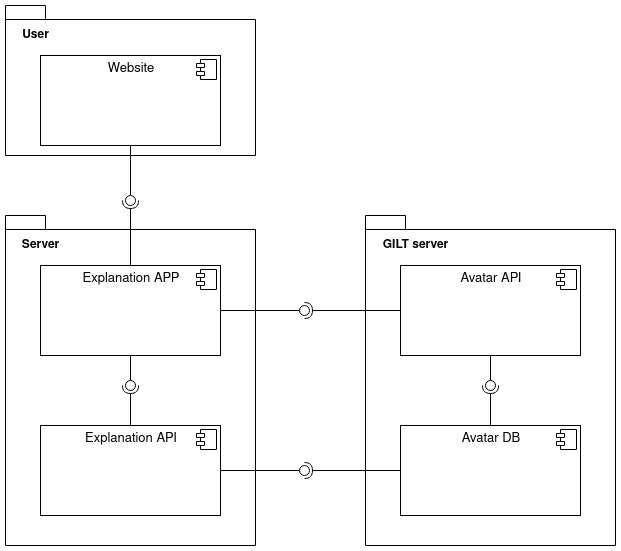
The draw.io diagram article/component_diagram.png in whzd/thesis, before a commit. Source tidied: cells renumbered, new cells last; positions are measured from the earlier drawing's top-left corner, leaving out a move shared by most shapes.
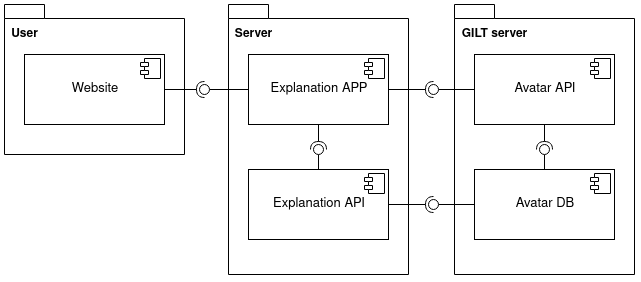
After the commit.

Diff of the diagram source:
```diff
@@ -2,113 +2,108 @@
   <root>
     <mxCell id="0" />
     <mxCell id="1" parent="0" />
-    <mxCell id="2" style="shape=folder;fontStyle=1;spacingTop=10;tabWidth=40;tabHeight=14;tabPosition=left;html=1;" parent="1" vertex="1">
-      <mxGeometry x="360" y="210" width="250" height="330" as="geometry" />
-    </mxCell>
-    <mxCell id="3" value="&lt;p style=&quot;margin: 0px ; margin-top: 6px ; text-align: center&quot;&gt;&lt;font style=&quot;font-size: 13px&quot;&gt;Avatar API&lt;/font&gt;&lt;/p&gt;" style="align=left;overflow=fill;html=1;" parent="1" vertex="1">
-      <mxGeometry x="395" y="260" width="180" height="90" as="geometry" />
-    </mxCell>
-    <mxCell id="4" style="shape=component;jettyWidth=8;jettyHeight=4;" parent="3" vertex="1">
-      <mxGeometry x="1" width="20" height="20" relative="1" as="geometry">
-        <mxPoint x="-24" y="4" as="offset" />
-      </mxGeometry>
-    </mxCell>
-    <mxCell id="5" value="&lt;p style=&quot;margin: 0px ; margin-top: 6px ; text-align: center&quot;&gt;&lt;font style=&quot;font-size: 13px&quot;&gt;Avatar DB&lt;/font&gt;&lt;/p&gt;" style="align=left;overflow=fill;html=1;" parent="1" vertex="1">
-      <mxGeometry x="395" y="420" width="180" height="90" as="geometry" />
-    </mxCell>
-    <mxCell id="6" style="shape=component;jettyWidth=8;jettyHeight=4;" parent="5" vertex="1">
-      <mxGeometry x="1" width="20" height="20" relative="1" as="geometry">
-        <mxPoint x="-24" y="4" as="offset" />
-      </mxGeometry>
-    </mxCell>
-    <mxCell id="7" style="shape=folder;fontStyle=1;spacingTop=10;tabWidth=40;tabHeight=14;tabPosition=left;html=1;" parent="1" vertex="1">
-      <mxGeometry width="250" height="150" as="geometry" />
-    </mxCell>
+    <mxCell id="33" style="shape=folder;fontStyle=1;spacingTop=10;tabWidth=40;tabHeight=14;tabPosition=left;html=1;" parent="1" vertex="1">
+      <mxGeometry x="-10" y="190" width="180" height="150" as="geometry" />
+    </mxCell>
+    <mxCell id="34" style="shape=folder;fontStyle=1;spacingTop=10;tabWidth=40;tabHeight=14;tabPosition=left;html=1;" parent="1" vertex="1">
+      <mxGeometry x="440" y="190" width="180" height="270" as="geometry" />
+    </mxCell>
     <mxCell id="8" style="shape=folder;fontStyle=1;spacingTop=10;tabWidth=40;tabHeight=14;tabPosition=left;html=1;" parent="1" vertex="1">
-      <mxGeometry y="210" width="250" height="330" as="geometry" />
+      <mxGeometry x="214" y="190" width="180" height="270" as="geometry" />
     </mxCell>
-    <mxCell id="9" value="&lt;p style=&quot;margin: 0px ; margin-top: 6px ; text-align: center&quot;&gt;&lt;font style=&quot;font-size: 13px&quot;&gt;Explanation APP&lt;/font&gt;&lt;/p&gt;" style="align=left;overflow=fill;html=1;" parent="1" vertex="1">
-      <mxGeometry x="35" y="260" width="180" height="90" as="geometry" />
+    <mxCell id="9" value="&lt;p style=&quot;margin: 0px ; margin-top: 6px ; text-align: center&quot;&gt;&lt;font style=&quot;font-size: 13px&quot;&gt;&lt;br&gt;&lt;/font&gt;&lt;/p&gt;&lt;p style=&quot;margin: 0px ; margin-top: 6px ; text-align: center&quot;&gt;&lt;font style=&quot;font-size: 13px&quot;&gt;Explanation APP&lt;/font&gt;&lt;/p&gt;" style="align=left;overflow=fill;html=1;" parent="1" vertex="1">
+      <mxGeometry x="234" y="240" width="140" height="70" as="geometry" />
     </mxCell>
     <mxCell id="10" style="shape=component;jettyWidth=8;jettyHeight=4;" parent="9" vertex="1">
       <mxGeometry x="1" width="20" height="20" relative="1" as="geometry">
         <mxPoint x="-24" y="4" as="offset" />
       </mxGeometry>
     </mxCell>
-    <mxCell id="11" style="rounded=0;jettySize=auto;html=1;endArrow=none;endFill=0;exitX=0.5;exitY=1;exitDx=0;exitDy=0;" parent="1" edge="1" source="14" target="13">
-      <mxGeometry relative="1" as="geometry" />
-    </mxCell>
-    <mxCell id="12" style="rounded=0;jettySize=auto;html=1;endArrow=halfCircle;endFill=0;entryX=0.5;entryY=0.5;entryDx=0;entryDy=0;endSize=6;strokeWidth=1;exitX=0.5;exitY=0;exitDx=0;exitDy=0;" parent="1" edge="1" source="9" target="13">
-      <mxGeometry relative="1" as="geometry" />
-    </mxCell>
-    <mxCell id="13" style="ellipse;whiteSpace=wrap;html=1;fontFamily=Helvetica;fontSize=12;fontColor=#000000;align=center;strokeColor=#000000;fillColor=#ffffff;points=[];" parent="1" vertex="1">
-      <mxGeometry x="120" y="190" width="10" height="10" as="geometry" />
-    </mxCell>
-    <mxCell id="14" value="&lt;p style=&quot;margin: 0px ; margin-top: 6px ; text-align: center&quot;&gt;&lt;font style=&quot;font-size: 13px&quot;&gt;Website&lt;/font&gt;&lt;/p&gt;" style="align=left;overflow=fill;html=1;" parent="1" vertex="1">
-      <mxGeometry x="35" y="50" width="180" height="90" as="geometry" />
-    </mxCell>
-    <mxCell id="15" style="shape=component;jettyWidth=8;jettyHeight=4;" parent="14" vertex="1">
-      <mxGeometry x="1" width="20" height="20" relative="1" as="geometry">
-        <mxPoint x="-24" y="4" as="offset" />
-      </mxGeometry>
-    </mxCell>
     <mxCell id="16" value="&lt;b&gt;User&lt;/b&gt;" style="text;html=1;align=center;verticalAlign=middle;" parent="1" vertex="1">
-      <mxGeometry x="10" y="20" width="40" height="20" as="geometry" />
+      <mxGeometry x="-10" y="210" width="40" height="20" as="geometry" />
     </mxCell>
     <mxCell id="17" value="&lt;b&gt;GILT server&lt;/b&gt;" style="text;html=1;align=center;verticalAlign=middle;" parent="1" vertex="1">
-      <mxGeometry x="370" y="230" width="80" height="20" as="geometry" />
+      <mxGeometry x="440" y="210" width="80" height="20" as="geometry" />
     </mxCell>
     <mxCell id="18" value="&lt;b&gt;Server&lt;/b&gt;" style="text;html=1;align=center;verticalAlign=middle;" parent="1" vertex="1">
-      <mxGeometry x="10" y="230" width="50" height="20" as="geometry" />
+      <mxGeometry x="214" y="210" width="50" height="20" as="geometry" />
     </mxCell>
-    <mxCell id="19" value="&lt;p style=&quot;margin: 0px ; margin-top: 6px ; text-align: center&quot;&gt;&lt;font style=&quot;font-size: 13px&quot;&gt;Explanation API&lt;/font&gt;&lt;/p&gt;" style="align=left;overflow=fill;html=1;" parent="1" vertex="1">
-      <mxGeometry x="35" y="420" width="180" height="90" as="geometry" />
+    <mxCell id="19" value="&lt;p style=&quot;margin: 0px ; margin-top: 6px ; text-align: center&quot;&gt;&lt;font style=&quot;font-size: 13px&quot;&gt;&lt;br&gt;&lt;/font&gt;&lt;/p&gt;&lt;p style=&quot;margin: 0px ; margin-top: 6px ; text-align: center&quot;&gt;&lt;font style=&quot;font-size: 13px&quot;&gt;Explanation API&lt;/font&gt;&lt;/p&gt;" style="align=left;overflow=fill;html=1;" parent="1" vertex="1">
+      <mxGeometry x="234" y="355" width="140" height="70" as="geometry" />
     </mxCell>
-    <mxCell id="20" style="shape=component;jettyWidth=8;jettyHeight=4;" parent="19" vertex="1">
-      <mxGeometry x="1" width="20" height="20" relative="1" as="geometry">
-        <mxPoint x="-24" y="4" as="offset" />
-      </mxGeometry>
-    </mxCell>
-    <mxCell id="21" style="rounded=0;jettySize=auto;html=1;endArrow=none;endFill=0;exitX=0.5;exitY=1;exitDx=0;exitDy=0;" parent="1" edge="1" source="9" target="23">
-      <mxGeometry relative="1" as="geometry" />
-    </mxCell>
-    <mxCell id="22" style="rounded=0;jettySize=auto;html=1;endArrow=halfCircle;endFill=0;entryX=0.5;entryY=0.5;entryDx=0;entryDy=0;endSize=6;strokeWidth=1;exitX=0.5;exitY=0;exitDx=0;exitDy=0;" parent="1" edge="1" source="19" target="23">
-      <mxGeometry relative="1" as="geometry" />
-    </mxCell>
-    <mxCell id="23" style="ellipse;whiteSpace=wrap;html=1;fontFamily=Helvetica;fontSize=12;fontColor=#000000;align=center;strokeColor=#000000;fillColor=#ffffff;points=[];" parent="1" vertex="1">
-      <mxGeometry x="120" y="375" width="10" height="10" as="geometry" />
-    </mxCell>
-    <mxCell id="24" style="rounded=0;jettySize=auto;html=1;endArrow=none;endFill=0;exitX=1;exitY=0.5;exitDx=0;exitDy=0;" parent="1" edge="1" source="9" target="26">
-      <mxGeometry relative="1" as="geometry" />
-    </mxCell>
-    <mxCell id="25" style="rounded=0;jettySize=auto;html=1;endArrow=halfCircle;endFill=0;entryX=0.5;entryY=0.5;entryDx=0;entryDy=0;endSize=6;strokeWidth=1;exitX=0;exitY=0.5;exitDx=0;exitDy=0;" parent="1" edge="1" source="3" target="26">
-      <mxGeometry relative="1" as="geometry" />
-    </mxCell>
-    <mxCell id="26" style="ellipse;whiteSpace=wrap;html=1;fontFamily=Helvetica;fontSize=12;fontColor=#000000;align=center;strokeColor=#000000;fillColor=#ffffff;points=[];" parent="1" vertex="1">
-      <mxGeometry x="294" y="300" width="10" height="10" as="geometry" />
-    </mxCell>
-    <mxCell id="27" style="rounded=0;jettySize=auto;html=1;endArrow=none;endFill=0;exitX=0.5;exitY=1;exitDx=0;exitDy=0;" parent="1" edge="1" source="3" target="29">
-      <mxGeometry relative="1" as="geometry" />
-    </mxCell>
-    <mxCell id="28" style="rounded=0;jettySize=auto;html=1;endArrow=halfCircle;endFill=0;entryX=0.5;entryY=0.5;entryDx=0;entryDy=0;endSize=6;strokeWidth=1;exitX=0.5;exitY=0;exitDx=0;exitDy=0;" parent="1" edge="1" source="5" target="29">
-      <mxGeometry relative="1" as="geometry" />
-    </mxCell>
-    <mxCell id="29" style="ellipse;whiteSpace=wrap;html=1;fontFamily=Helvetica;fontSize=12;fontColor=#000000;align=center;strokeColor=#000000;fillColor=#ffffff;points=[];" parent="1" vertex="1">
-      <mxGeometry x="480" y="375" width="10" height="10" as="geometry" />
-    </mxCell>
-    <mxCell id="30" style="rounded=0;jettySize=auto;html=1;endArrow=none;endFill=0;exitX=1;exitY=0.5;exitDx=0;exitDy=0;" parent="1" edge="1" target="32">
-      <mxGeometry relative="1" as="geometry">
-        <mxPoint x="215" y="465" as="sourcePoint" />
-      </mxGeometry>
-    </mxCell>
-    <mxCell id="31" style="rounded=0;orthogonalLoop=1;jettySize=auto;html=1;endArrow=halfCircle;endFill=0;endSize=6;strokeWidth=1;exitX=0;exitY=0.5;exitDx=0;exitDy=0;" parent="1" edge="1">
-      <mxGeometry relative="1" as="geometry">
-        <mxPoint x="395" y="465" as="sourcePoint" />
-        <mxPoint x="299" y="465" as="targetPoint" />
-      </mxGeometry>
-    </mxCell>
-    <mxCell id="32" style="ellipse;whiteSpace=wrap;html=1;fontFamily=Helvetica;fontSize=12;fontColor=#000000;align=center;strokeColor=#000000;fillColor=#ffffff;points=[];" parent="1" vertex="1">
-      <mxGeometry x="294" y="460" width="10" height="10" as="geometry" />
-    </mxCell>
+    <mxCell id="35" style="shape=component;jettyWidth=8;jettyHeight=4;" parent="19" vertex="1">
+      <mxGeometry x="1" width="20" height="20" relative="1" as="geometry">
+        <mxPoint x="-24" y="4" as="offset" />
+      </mxGeometry>
+    </mxCell>
+    <mxCell id="3" value="&lt;p style=&quot;margin: 0px ; margin-top: 6px ; text-align: center&quot;&gt;&lt;font style=&quot;font-size: 13px&quot;&gt;&lt;br&gt;&lt;/font&gt;&lt;/p&gt;&lt;p style=&quot;margin: 0px ; margin-top: 6px ; text-align: center&quot;&gt;&lt;font style=&quot;font-size: 13px&quot;&gt;Avatar API&lt;br&gt;&lt;/font&gt;&lt;/p&gt;" style="align=left;overflow=fill;html=1;" parent="1" vertex="1">
+      <mxGeometry x="460" y="240" width="140" height="70" as="geometry" />
+    </mxCell>
+    <mxCell id="36" style="shape=component;jettyWidth=8;jettyHeight=4;" parent="3" vertex="1">
+      <mxGeometry x="1" width="20" height="20" relative="1" as="geometry">
+        <mxPoint x="-24" y="4" as="offset" />
+      </mxGeometry>
+    </mxCell>
+    <mxCell id="5" value="&lt;p style=&quot;margin: 0px ; margin-top: 6px ; text-align: center&quot;&gt;&lt;font style=&quot;font-size: 13px&quot;&gt;&lt;br&gt;&lt;/font&gt;&lt;/p&gt;&lt;p style=&quot;margin: 0px ; margin-top: 6px ; text-align: center&quot;&gt;&lt;font style=&quot;font-size: 13px&quot;&gt;Avatar DB&lt;/font&gt;&lt;/p&gt;" style="align=left;overflow=fill;html=1;" parent="1" vertex="1">
+      <mxGeometry x="460" y="355" width="140" height="70" as="geometry" />
+    </mxCell>
+    <mxCell id="37" style="shape=component;jettyWidth=8;jettyHeight=4;" parent="5" vertex="1">
+      <mxGeometry x="1" width="20" height="20" relative="1" as="geometry">
+        <mxPoint x="-24" y="4" as="offset" />
+      </mxGeometry>
+    </mxCell>
+    <mxCell id="14" value="&lt;p style=&quot;margin: 0px ; margin-top: 6px ; text-align: center&quot;&gt;&lt;font style=&quot;font-size: 13px&quot;&gt;&lt;br&gt;&lt;/font&gt;&lt;/p&gt;&lt;p style=&quot;margin: 0px ; margin-top: 6px ; text-align: center&quot;&gt;&lt;font style=&quot;font-size: 13px&quot;&gt;Website&lt;br&gt;&lt;/font&gt;&lt;/p&gt;" style="align=left;overflow=fill;html=1;" parent="1" vertex="1">
+      <mxGeometry x="10" y="240" width="140" height="70" as="geometry" />
+    </mxCell>
+    <mxCell id="38" style="shape=component;jettyWidth=8;jettyHeight=4;" parent="14" vertex="1">
+      <mxGeometry x="1" width="20" height="20" relative="1" as="geometry">
+        <mxPoint x="-24" y="4" as="offset" />
+      </mxGeometry>
+    </mxCell>
+    <mxCell id="39" style="rounded=0;jettySize=auto;html=1;endArrow=none;endFill=0;fontSize=14;exitX=0;exitY=0.5;exitDx=0;exitDy=0;" parent="1" edge="1" source="3" target="41">
+      <mxGeometry relative="1" as="geometry" />
+    </mxCell>
+    <mxCell id="40" style="rounded=0;jettySize=auto;html=1;endArrow=halfCircle;endFill=0;entryX=0.5;entryY=0.5;entryDx=0;entryDy=0;endSize=6;strokeWidth=1;fontSize=14;exitX=1;exitY=0.5;exitDx=0;exitDy=0;" parent="1" edge="1" source="9" target="41">
+      <mxGeometry relative="1" as="geometry" />
+    </mxCell>
+    <mxCell id="41" style="ellipse;whiteSpace=wrap;html=1;fontFamily=Helvetica;fontSize=12;fontColor=#000000;align=center;strokeColor=#000000;fillColor=#ffffff;points=[];" parent="1" vertex="1">
+      <mxGeometry x="414" y="270" width="10" height="10" as="geometry" />
+    </mxCell>
+    <mxCell id="42" style="rounded=0;jettySize=auto;html=1;endArrow=none;endFill=0;fontSize=14;exitX=0;exitY=0.5;exitDx=0;exitDy=0;" parent="1" edge="1" source="5" target="44">
+      <mxGeometry relative="1" as="geometry" />
+    </mxCell>
+    <mxCell id="43" style="rounded=0;jettySize=auto;html=1;endArrow=halfCircle;endFill=0;entryX=0.5;entryY=0.5;entryDx=0;entryDy=0;endSize=6;strokeWidth=1;fontSize=14;exitX=1;exitY=0.5;exitDx=0;exitDy=0;" parent="1" edge="1" source="19" target="44">
+      <mxGeometry relative="1" as="geometry" />
+    </mxCell>
+    <mxCell id="44" style="ellipse;whiteSpace=wrap;html=1;fontFamily=Helvetica;fontSize=12;fontColor=#000000;align=center;strokeColor=#000000;fillColor=#ffffff;points=[];" parent="1" vertex="1">
+      <mxGeometry x="414" y="385" width="10" height="10" as="geometry" />
+    </mxCell>
+    <mxCell id="45" style="rounded=0;jettySize=auto;html=1;endArrow=none;endFill=0;fontSize=14;exitX=0.5;exitY=0;exitDx=0;exitDy=0;" parent="1" edge="1" source="5" target="47">
+      <mxGeometry relative="1" as="geometry" />
+    </mxCell>
+    <mxCell id="46" style="rounded=0;jettySize=auto;html=1;endArrow=halfCircle;endFill=0;entryX=0.5;entryY=0.5;entryDx=0;entryDy=0;endSize=6;strokeWidth=1;fontSize=14;exitX=0.5;exitY=1;exitDx=0;exitDy=0;" parent="1" edge="1" source="3" target="47">
+      <mxGeometry relative="1" as="geometry" />
+    </mxCell>
+    <mxCell id="47" style="ellipse;whiteSpace=wrap;html=1;fontFamily=Helvetica;fontSize=12;fontColor=#000000;align=center;strokeColor=#000000;fillColor=#ffffff;points=[];" parent="1" vertex="1">
+      <mxGeometry x="525" y="330" width="10" height="10" as="geometry" />
+    </mxCell>
+    <mxCell id="48" style="rounded=0;jettySize=auto;html=1;endArrow=none;endFill=0;fontSize=14;" parent="1" edge="1" source="19" target="50">
+      <mxGeometry relative="1" as="geometry" />
+    </mxCell>
+    <mxCell id="49" style="rounded=0;jettySize=auto;html=1;endArrow=halfCircle;endFill=0;entryX=0.5;entryY=0.5;entryDx=0;entryDy=0;endSize=6;strokeWidth=1;fontSize=14;" parent="1" edge="1" source="9" target="50">
+      <mxGeometry relative="1" as="geometry" />
+    </mxCell>
+    <mxCell id="50" style="ellipse;whiteSpace=wrap;html=1;fontFamily=Helvetica;fontSize=12;fontColor=#000000;align=center;strokeColor=#000000;fillColor=#ffffff;points=[];" parent="1" vertex="1">
+      <mxGeometry x="299" y="330" width="10" height="10" as="geometry" />
+    </mxCell>
+    <mxCell id="51" style="rounded=0;jettySize=auto;html=1;endArrow=none;endFill=0;fontSize=14;" parent="1" edge="1" source="9" target="53">
+      <mxGeometry relative="1" as="geometry" />
+    </mxCell>
+    <mxCell id="52" style="rounded=0;jettySize=auto;html=1;endArrow=halfCircle;endFill=0;entryX=0.5;entryY=0.5;entryDx=0;entryDy=0;endSize=6;strokeWidth=1;fontSize=14;exitX=1;exitY=0.5;exitDx=0;exitDy=0;" parent="1" edge="1" source="14" target="53">
+      <mxGeometry relative="1" as="geometry" />
+    </mxCell>
+    <mxCell id="53" style="ellipse;whiteSpace=wrap;html=1;fontFamily=Helvetica;fontSize=12;fontColor=#000000;align=center;strokeColor=#000000;fillColor=#ffffff;points=[];" parent="1" vertex="1">
+      <mxGeometry x="185" y="270" width="10" height="10" as="geometry" />
+    </mxCell>
   </root>
 </mxGraphModel>
```
